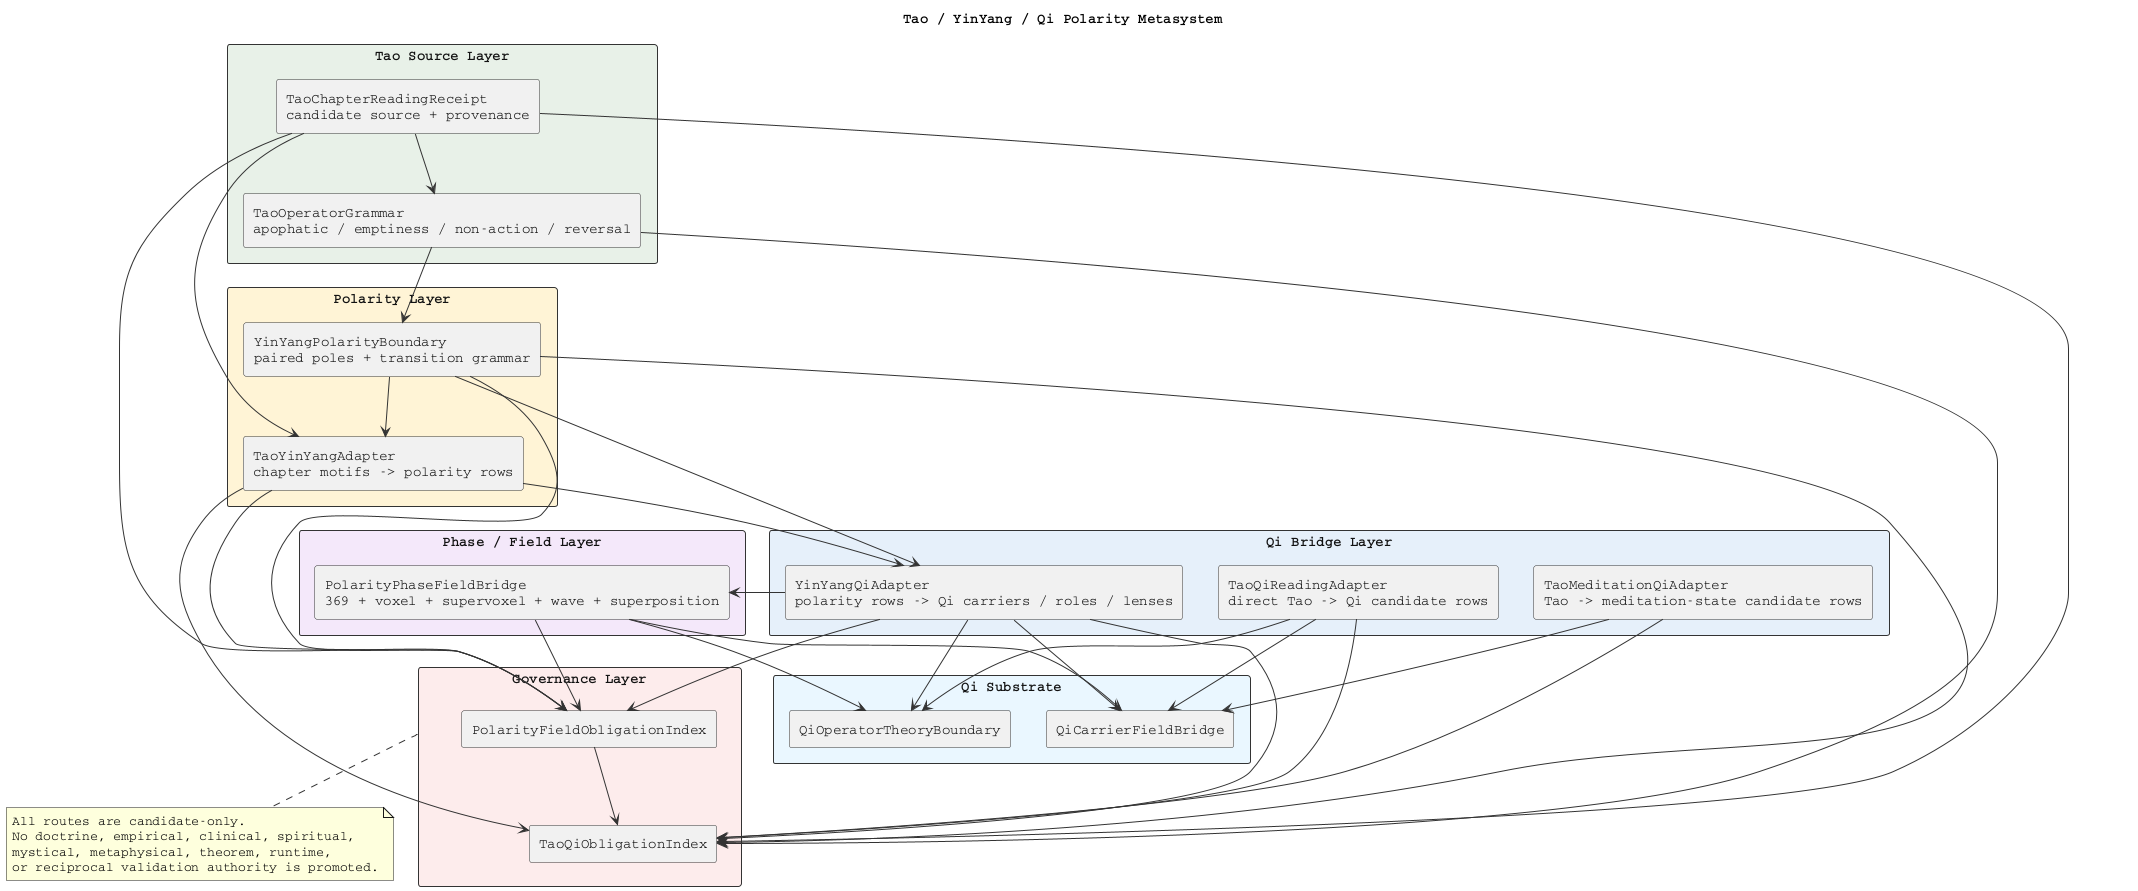
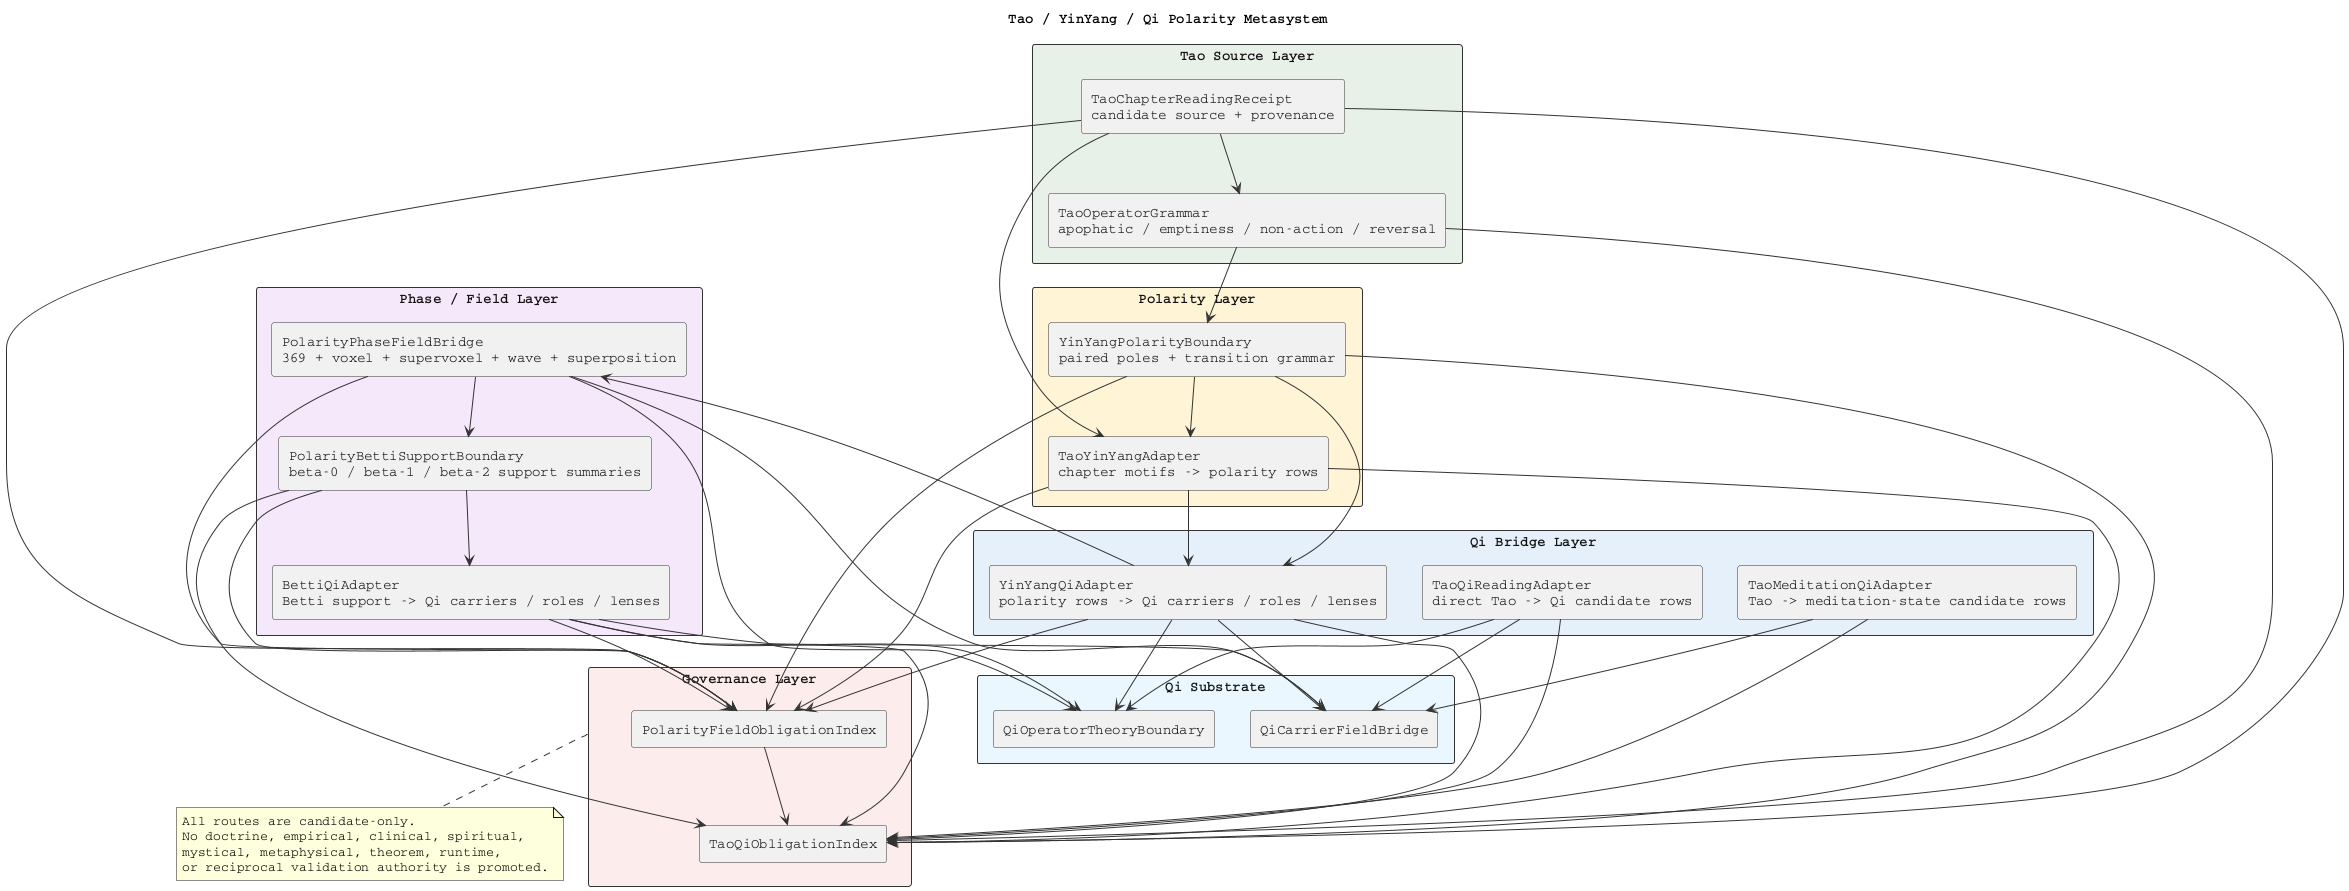
@startuml TaoQiPolarityMetasystem
title Tao / YinYang / Qi Polarity Metasystem

skinparam backgroundColor white
skinparam shadowing false
skinparam defaultFontName Courier
skinparam packageStyle rectangle
skinparam ArrowColor #333333
skinparam RectangleBorderColor #333333
skinparam RectangleFontColor #111111

rectangle "Tao Source Layer" as TaoSource #E8F1E8 {
  rectangle "TaoChapterReadingReceipt\ncandidate source + provenance" as TaoChapter
  rectangle "TaoOperatorGrammar\napophatic / emptiness / non-action / reversal" as TaoOps
}

rectangle "Polarity Layer" as Polarity #FFF4D6 {
  rectangle "YinYangPolarityBoundary\npaired poles + transition grammar" as YinYangBoundary
  rectangle "TaoYinYangAdapter\nchapter motifs -> polarity rows" as TaoYinYang
}

rectangle "Qi Bridge Layer" as QiBridgeLayer #E6F0FA {
  rectangle "YinYangQiAdapter\npolarity rows -> Qi carriers / roles / lenses" as YinYangQi
  rectangle "TaoQiReadingAdapter\ndirect Tao -> Qi candidate rows" as TaoQi
  rectangle "TaoMeditationQiAdapter\nTao -> meditation-state candidate rows" as TaoMeditation
}

rectangle "Phase / Field Layer" as FieldLayer #F4E8FA {
  rectangle "PolarityPhaseFieldBridge\n369 + voxel + supervoxel + wave + superposition" as PhaseField
+   rectangle "PolarityBettiSupportBoundary\nbeta-0 / beta-1 / beta-2 support summaries" as BettiSupport
+   rectangle "BettiQiAdapter\nBetti support -> Qi carriers / roles / lenses" as BettiQi
}

rectangle "Qi Substrate" as QiSubstrate #EAF7FF {
  rectangle "QiCarrierFieldBridge" as QiCarrier
  rectangle "QiOperatorTheoryBoundary" as QiOperator
}

rectangle "Governance Layer" as Governance #FDECEC {
  rectangle "PolarityFieldObligationIndex" as PolarityIndex
  rectangle "TaoQiObligationIndex" as TaoQiIndex
}

TaoChapter --> TaoOps
TaoOps --> YinYangBoundary
TaoChapter --> TaoYinYang
YinYangBoundary --> TaoYinYang
TaoYinYang --> YinYangQi
YinYangBoundary --> YinYangQi
YinYangQi --> PhaseField
+ PhaseField --> BettiSupport
+ BettiSupport --> BettiQi
+ BettiQi --> QiCarrier
+ BettiQi --> QiOperator
YinYangQi --> QiCarrier
YinYangQi --> QiOperator
TaoQi --> QiCarrier
TaoQi --> QiOperator
TaoMeditation --> QiCarrier
PhaseField --> QiCarrier
PhaseField --> QiOperator

TaoChapter --> PolarityIndex
YinYangBoundary --> PolarityIndex
TaoYinYang --> PolarityIndex
YinYangQi --> PolarityIndex
PhaseField --> PolarityIndex
+ BettiSupport --> PolarityIndex
+ BettiQi --> PolarityIndex

TaoChapter --> TaoQiIndex
TaoOps --> TaoQiIndex
YinYangBoundary --> TaoQiIndex
TaoYinYang --> TaoQiIndex
YinYangQi --> TaoQiIndex
+ BettiSupport --> TaoQiIndex
+ BettiQi --> TaoQiIndex
TaoQi --> TaoQiIndex
TaoMeditation --> TaoQiIndex
PolarityIndex --> TaoQiIndex

note bottom of Governance
All routes are candidate-only.
No doctrine, empirical, clinical, spiritual,
mystical, metaphysical, theorem, runtime,
or reciprocal validation authority is promoted.
end note

@enduml
